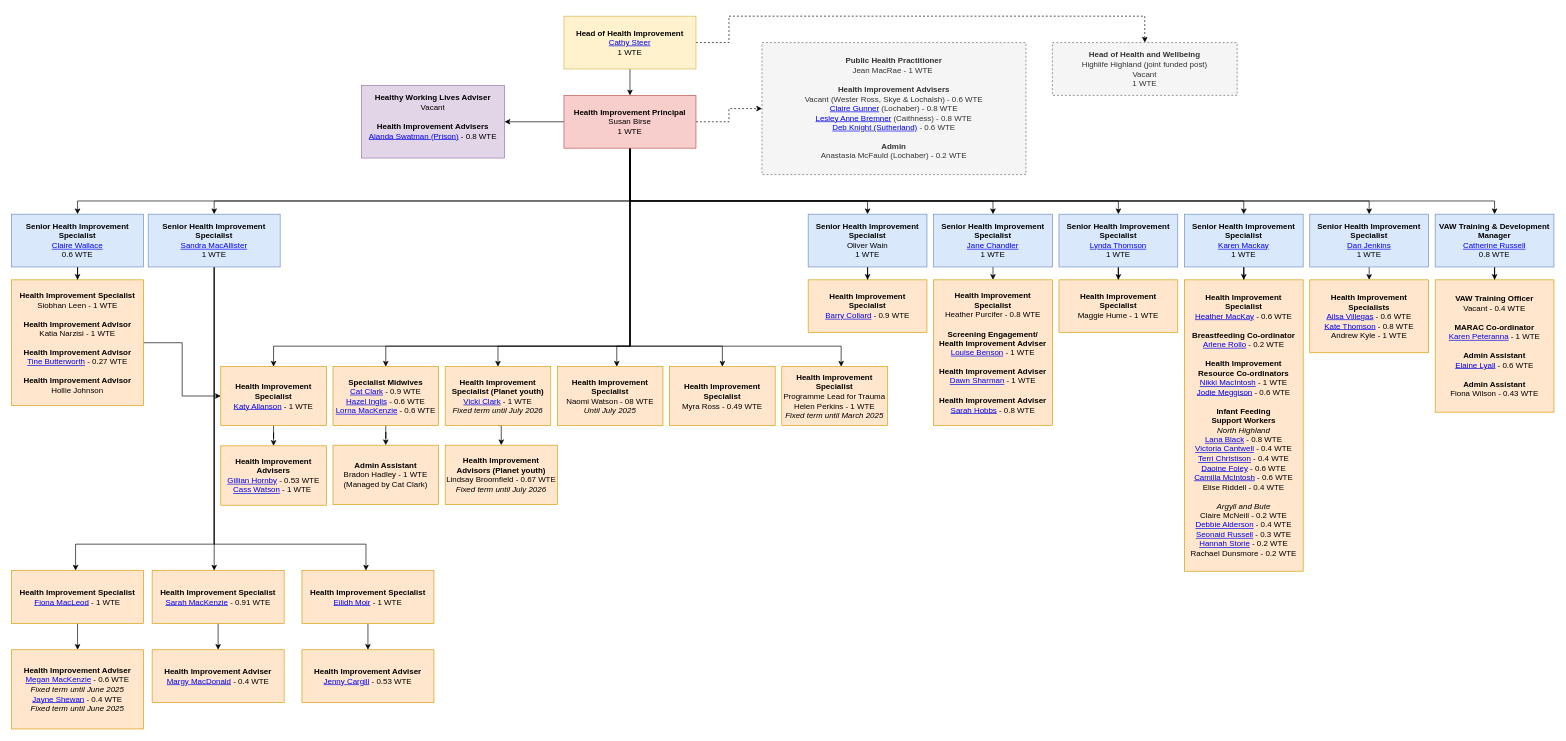
The draw.io diagram Untitled Diagram.drawio in barrycollard/staffOrgChart, before the edit. Source tidied: cells renumbered, new cells numbered last; positions are measured from the earlier drawing's top-left corner, leaving out a move shared by most shapes. Both pictures are drawn from the tidied source at 66%, with x=0, y=0 at pixel (11, 16).
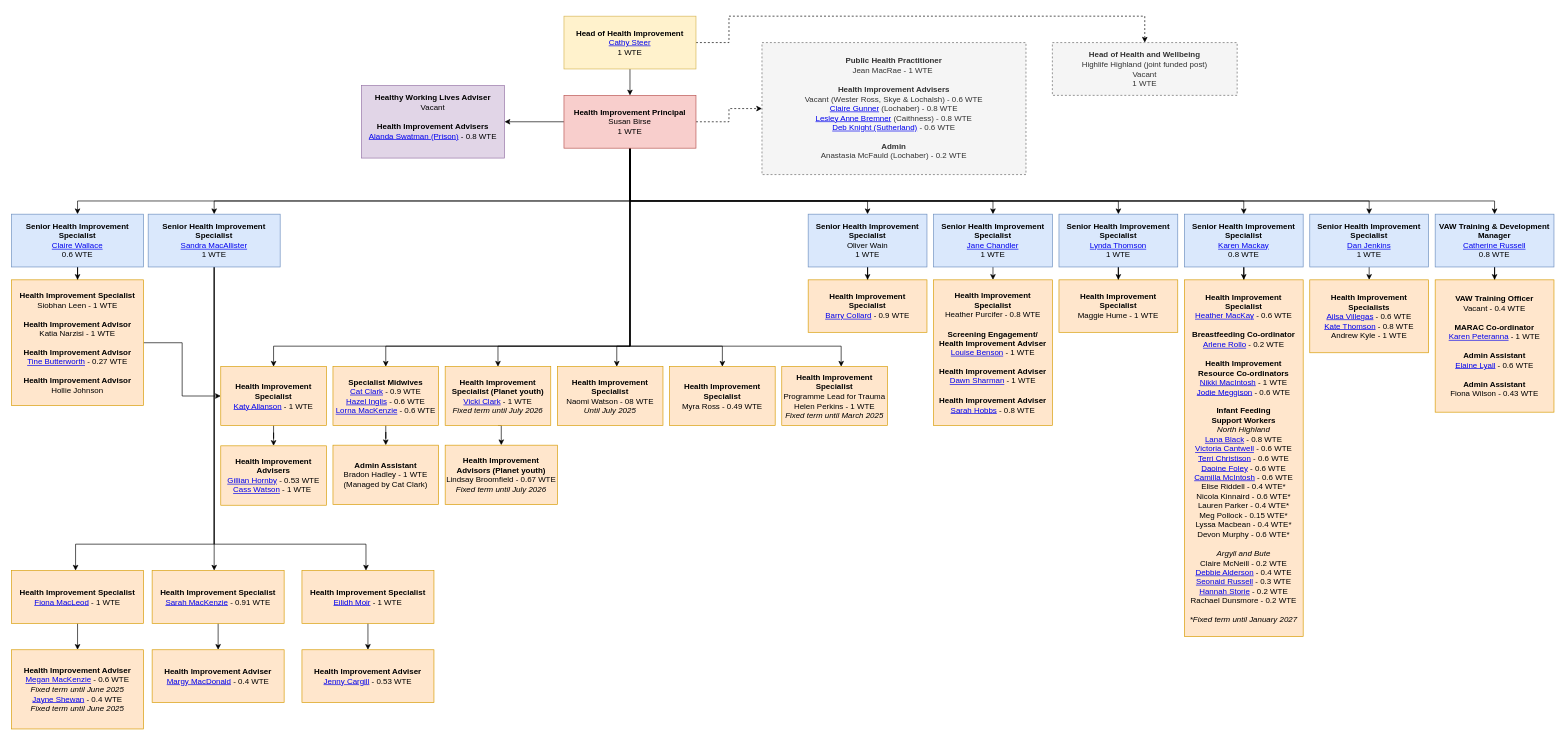
The same page after the edit.

The edit, as a diff of the source:
```diff
@@
-    <mxCell id="34" value="&lt;div&gt;&lt;b&gt;Senior Health Improvement Specialist&lt;/b&gt;&lt;/div&gt;&lt;div&gt;&lt;a href=&quot;https://nhshighland.publichealth.scot.nhs.uk/staff/karen-mackay/&quot;&gt;Karen Mackay&lt;/a&gt;&lt;/div&gt;&lt;div&gt;1 WTE&lt;/div&gt;" style="rounded=0;whiteSpace=wrap;html=1;fillColor=#dae8fc;strokeColor=#6c8ebf;" parent="1" vertex="1">
+    <mxCell id="34" value="&lt;div&gt;&lt;b&gt;Senior Health Improvement Specialist&lt;/b&gt;&lt;/div&gt;&lt;div&gt;&lt;a href=&quot;https://nhshighland.publichealth.scot.nhs.uk/staff/karen-mackay/&quot;&gt;Karen Mackay&lt;/a&gt;&lt;/div&gt;&lt;div&gt;0.8 WTE&lt;/div&gt;" style="rounded=0;whiteSpace=wrap;html=1;fillColor=#dae8fc;strokeColor=#6c8ebf;" parent="1" vertex="1">
       <mxGeometry x="1777" y="300" width="180" height="80" as="geometry" />
     </mxCell>
@@
-    <mxCell id="43" value="&lt;div&gt;&lt;b&gt;Health Improvement &lt;br&gt;Specialist&lt;/b&gt;&lt;/div&gt;&lt;div&gt;&lt;a href=&quot;https://nhshighland.publichealth.scot.nhs.uk/staff/heather-mackay/&quot;&gt;Heather MacKay&lt;/a&gt;&amp;nbsp;- 0.6 WTE&lt;br&gt;&lt;/div&gt;&lt;div&gt;&lt;b&gt;&lt;br&gt;&lt;/b&gt;&lt;/div&gt;&lt;div&gt;&lt;b&gt;Breastfeeding Co-ordinator&lt;/b&gt;&lt;/div&gt;&lt;div&gt;&lt;a href=&quot;https://nhshighland.publichealth.scot.nhs.uk/staff/arlene-rollo/&quot;&gt;Arlene Rollo&lt;/a&gt; - 0.2 WTE&lt;/div&gt;&lt;div&gt;&lt;br&gt;&lt;/div&gt;&lt;b&gt;Health Improvement &lt;br&gt;Resource Co-ordinators&lt;/b&gt;&lt;br&gt;&lt;div&gt;&lt;a href=&quot;https://nhshighland.publichealth.scot.nhs.uk/staff/nicola-mcintosh-2/&quot;&gt;Nikki MacIntosh&lt;/a&gt; - 1 WTE&lt;/div&gt;&lt;div&gt;&lt;a href=&quot;https://nhshighland.publichealth.scot.nhs.uk/staff/jodie-meggison/&quot;&gt;Jodie Meggison&lt;/a&gt; - 0.6 WTE&lt;/div&gt;&lt;div&gt;&lt;b&gt;&lt;br&gt;&lt;/b&gt;&lt;/div&gt;&lt;div&gt;&lt;b&gt;Infant Feeding&lt;br&gt;Support Workers&lt;/b&gt;&lt;/div&gt;&lt;div&gt;&lt;div style=&quot;&quot;&gt;&lt;i&gt;North Highland&lt;/i&gt;&lt;/div&gt;&lt;div style=&quot;&quot;&gt;&lt;a href=&quot;https://nhshighland.publichealth.scot.nhs.uk/staff/lana-black/&quot;&gt;Lana Black&lt;/a&gt; - 0.8 WTE&lt;/div&gt;&lt;div style=&quot;&quot;&gt;&lt;a href=&quot;https://nhshighland.publichealth.scot.nhs.uk/staff/victoria-cantwell/&quot;&gt;Victoria Cantwell&lt;/a&gt; - 0.4 WTE&lt;/div&gt;&lt;div style=&quot;&quot;&gt;&lt;a href=&quot;https://nhshighland.publichealth.scot.nhs.uk/staff/terri-christison/&quot;&gt;Terri Christison&lt;/a&gt; - 0.4 WTE&lt;/div&gt;&lt;div style=&quot;&quot;&gt;&lt;a href=&quot;https://nhshighland.publichealth.scot.nhs.uk/staff/daoine-foley/&quot;&gt;Daoine Foley&lt;/a&gt; - 0.6 WTE&lt;/div&gt;&lt;div style=&quot;&quot;&gt;&lt;a style=&quot;background-color: initial;&quot; href=&quot;https://nhshighland.publichealth.scot.nhs.uk/staff/camilla-mcintosh/&quot;&gt;Camilla McIntosh&lt;/a&gt;&lt;span style=&quot;background-color: initial;&quot;&gt; - 0.6 WTE&lt;/span&gt;&lt;br&gt;&lt;/div&gt;&lt;div style=&quot;&quot;&gt;Elise Riddell - 0.4 WTE&lt;/div&gt;&lt;div style=&quot;&quot;&gt;&lt;br&gt;&lt;/div&gt;&lt;div style=&quot;&quot;&gt;&lt;i&gt;Argyll and Bute&lt;/i&gt;&lt;/div&gt;&lt;div style=&quot;&quot;&gt;Claire&amp;nbsp;McNeill&amp;nbsp;- 0.2 WTE&lt;/div&gt;&lt;div style=&quot;&quot;&gt;&lt;a href=&quot;https://nhshighland.publichealth.scot.nhs.uk/staff/debbie-alderson/&quot;&gt;Debbie Alderson&lt;/a&gt; - 0.4 WTE&lt;/div&gt;&lt;div style=&quot;&quot;&gt;&lt;a href=&quot;https://nhshighland.publichealth.scot.nhs.uk/staff/seonaid-russell/&quot;&gt;Seonaid Russell&lt;/a&gt; - 0.3 WTE&lt;/div&gt;&lt;div style=&quot;&quot;&gt;&lt;a href=&quot;https://nhshighland.publichealth.scot.nhs.uk/staff/hannah-storie/&quot;&gt;Hannah Storie&lt;/a&gt; - 0.2 WTE&lt;/div&gt;&lt;/div&gt;&lt;div style=&quot;&quot;&gt;Rachael Dunsmore - 0.2 WTE&lt;br&gt;&lt;/div&gt;" style="rounded=0;whiteSpace=wrap;html=1;fillColor=#ffe6cc;strokeColor=#d79b00;" parent="1" vertex="1">
-      <mxGeometry x="1777" y="399.5" width="180" height="441.5" as="geometry" />
+    <mxCell id="43" value="&lt;div&gt;&lt;b&gt;Health Improvement &lt;br&gt;Specialist&lt;/b&gt;&lt;/div&gt;&lt;div&gt;&lt;a href=&quot;https://nhshighland.publichealth.scot.nhs.uk/staff/heather-mackay/&quot;&gt;Heather MacKay&lt;/a&gt;&amp;nbsp;- 0.6 WTE&lt;br&gt;&lt;/div&gt;&lt;div&gt;&lt;b&gt;&lt;br&gt;&lt;/b&gt;&lt;/div&gt;&lt;div&gt;&lt;b&gt;Breastfeeding Co-ordinator&lt;/b&gt;&lt;/div&gt;&lt;div&gt;&lt;a href=&quot;https://nhshighland.publichealth.scot.nhs.uk/staff/arlene-rollo/&quot;&gt;Arlene Rollo&lt;/a&gt; - 0.2 WTE&lt;/div&gt;&lt;div&gt;&lt;br&gt;&lt;/div&gt;&lt;b&gt;Health Improvement &lt;br&gt;Resource Co-ordinators&lt;/b&gt;&lt;br&gt;&lt;div&gt;&lt;a href=&quot;https://nhshighland.publichealth.scot.nhs.uk/staff/nicola-mcintosh-2/&quot;&gt;Nikki MacIntosh&lt;/a&gt; - 1 WTE&lt;/div&gt;&lt;div&gt;&lt;a href=&quot;https://nhshighland.publichealth.scot.nhs.uk/staff/jodie-meggison/&quot;&gt;Jodie Meggison&lt;/a&gt; - 0.6 WTE&lt;/div&gt;&lt;div&gt;&lt;b&gt;&lt;br&gt;&lt;/b&gt;&lt;/div&gt;&lt;div&gt;&lt;b&gt;Infant Feeding&lt;br&gt;Support Workers&lt;/b&gt;&lt;/div&gt;&lt;div&gt;&lt;div style=&quot;&quot;&gt;&lt;i&gt;North Highland&lt;/i&gt;&lt;/div&gt;&lt;div style=&quot;&quot;&gt;&lt;a href=&quot;https://nhshighland.publichealth.scot.nhs.uk/staff/lana-black/&quot;&gt;Lana Black&lt;/a&gt; - 0.8 WTE&lt;/div&gt;&lt;div style=&quot;&quot;&gt;&lt;a href=&quot;https://nhshighland.publichealth.scot.nhs.uk/staff/victoria-cantwell/&quot;&gt;Victoria Cantwell&lt;/a&gt; - 0.6 WTE&lt;/div&gt;&lt;div style=&quot;&quot;&gt;&lt;a href=&quot;https://nhshighland.publichealth.scot.nhs.uk/staff/terri-christison/&quot;&gt;Terri Christison&lt;/a&gt; - 0.6 WTE&lt;/div&gt;&lt;div style=&quot;&quot;&gt;&lt;a href=&quot;https://nhshighland.publichealth.scot.nhs.uk/staff/daoine-foley/&quot;&gt;Daoine Foley&lt;/a&gt; - 0.6 WTE&lt;/div&gt;&lt;div style=&quot;&quot;&gt;&lt;a style=&quot;background-color: initial;&quot; href=&quot;https://nhshighland.publichealth.scot.nhs.uk/staff/camilla-mcintosh/&quot;&gt;Camilla McIntosh&lt;/a&gt;&lt;span style=&quot;background-color: initial;&quot;&gt; - 0.6 WTE&lt;/span&gt;&lt;br&gt;&lt;/div&gt;&lt;div style=&quot;&quot;&gt;Elise Riddell - 0.4 WTE*&lt;/div&gt;&lt;div style=&quot;&quot;&gt;&lt;div&gt;Nicola Kinnaird - 0.6 WTE*&lt;/div&gt;&lt;div&gt;Lauren Parker - 0.4 WTE*&lt;/div&gt;&lt;div&gt;Meg Pollock - 0.15 WTE*&lt;/div&gt;&lt;div&gt;Lyssa Macbean - 0.4 WTE*&lt;/div&gt;&lt;div&gt;Devon Murphy - 0.6 WTE*&lt;/div&gt;&lt;/div&gt;&lt;div style=&quot;&quot;&gt;&lt;br&gt;&lt;/div&gt;&lt;div style=&quot;&quot;&gt;&lt;i&gt;Argyll and Bute&lt;/i&gt;&lt;/div&gt;&lt;div style=&quot;&quot;&gt;Claire&amp;nbsp;McNeill&amp;nbsp;- 0.2 WTE&lt;/div&gt;&lt;div style=&quot;&quot;&gt;&lt;a href=&quot;https://nhshighland.publichealth.scot.nhs.uk/staff/debbie-alderson/&quot;&gt;Debbie Alderson&lt;/a&gt; - 0.4 WTE&lt;/div&gt;&lt;div style=&quot;&quot;&gt;&lt;a href=&quot;https://nhshighland.publichealth.scot.nhs.uk/staff/seonaid-russell/&quot;&gt;Seonaid Russell&lt;/a&gt; - 0.3 WTE&lt;/div&gt;&lt;div style=&quot;&quot;&gt;&lt;a href=&quot;https://nhshighland.publichealth.scot.nhs.uk/staff/hannah-storie/&quot;&gt;Hannah Storie&lt;/a&gt; - 0.2 WTE&lt;/div&gt;&lt;/div&gt;&lt;div style=&quot;&quot;&gt;Rachael Dunsmore - 0.2 WTE&lt;br&gt;&lt;/div&gt;&lt;div style=&quot;&quot;&gt;&lt;br&gt;&lt;/div&gt;&lt;div style=&quot;&quot;&gt;&lt;i&gt;*Fixed term until January 2027&lt;/i&gt;&lt;/div&gt;" style="rounded=0;whiteSpace=wrap;html=1;fillColor=#ffe6cc;strokeColor=#d79b00;" parent="1" vertex="1">
+      <mxGeometry x="1777" y="399.5" width="180" height="540.5" as="geometry" />
     </mxCell>
```
